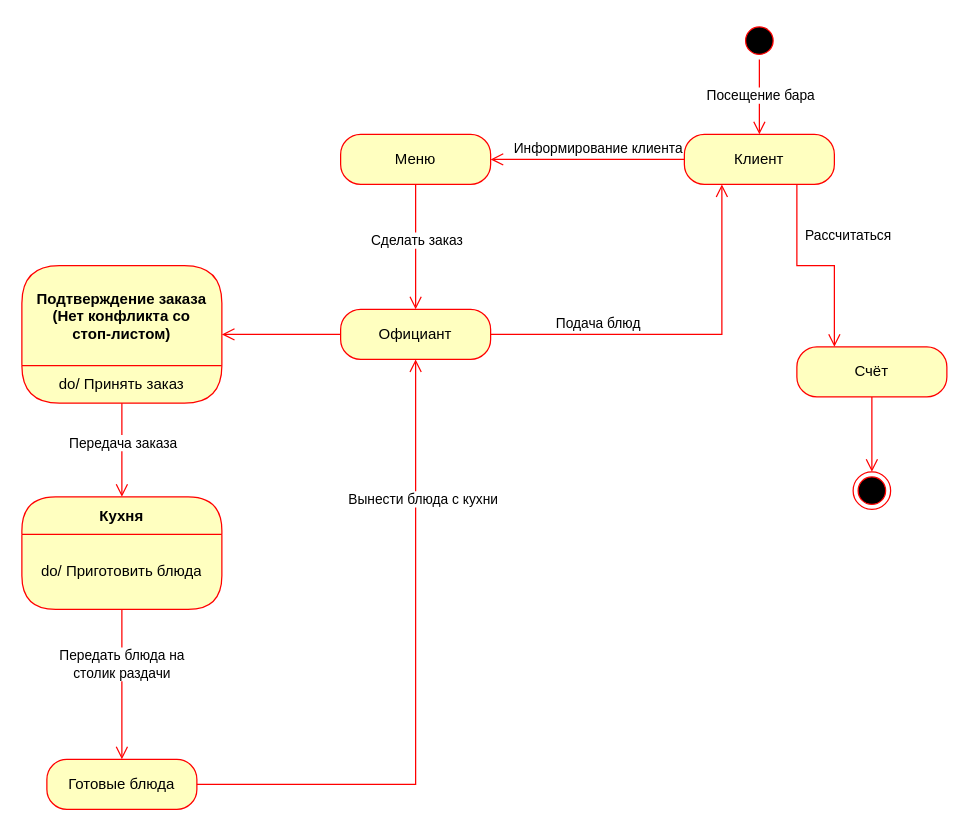
Above: page "ПР6" (9 of 10) of IKBO-11-20_Kuzin.drawio in Rattokun/ModelRep (draw.io), before the change. Source tidied: cells renumbered, new cells numbered last; positions are measured from the earlier drawing's top-left corner, leaving out a move shared by most shapes. Both pictures are drawn from the tidied source at 125%, with x=0, y=0 at pixel (21, 21).
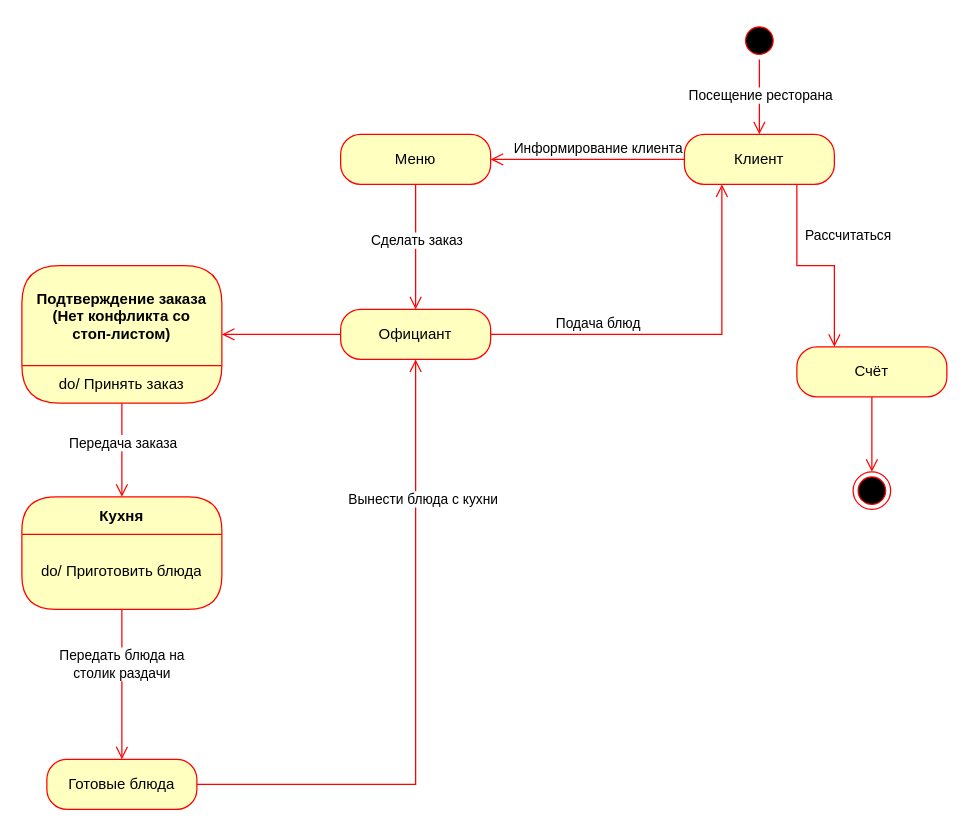
After the change.

The change refers to these unchanged cells:
```xml
<mxCell id="4" style="edgeStyle=orthogonalEdgeStyle;html=1;verticalAlign=bottom;endArrow=open;endSize=8;strokeColor=#ff0000;rounded=0;entryX=0.5;entryY=0;entryDx=0;entryDy=0;" parent="1" edge="1" source="3" target="23">
  <mxGeometry relative="1" as="geometry" />
</mxCell>
```

Diff of the diagram source:
```diff
@@
-    <mxCell id="5" value="Посещение бара" style="edgeLabel;html=1;align=center;verticalAlign=middle;" parent="4" vertex="1">
+    <mxCell id="5" value="Посещение ресторана" style="edgeLabel;html=1;align=center;verticalAlign=middle;" parent="4" vertex="1">
       <mxGeometry x="-0.15" y="2" relative="1" as="geometry">
         <mxPoint x="-2" y="2" as="offset" />
       </mxGeometry>
     </mxCell>
```
